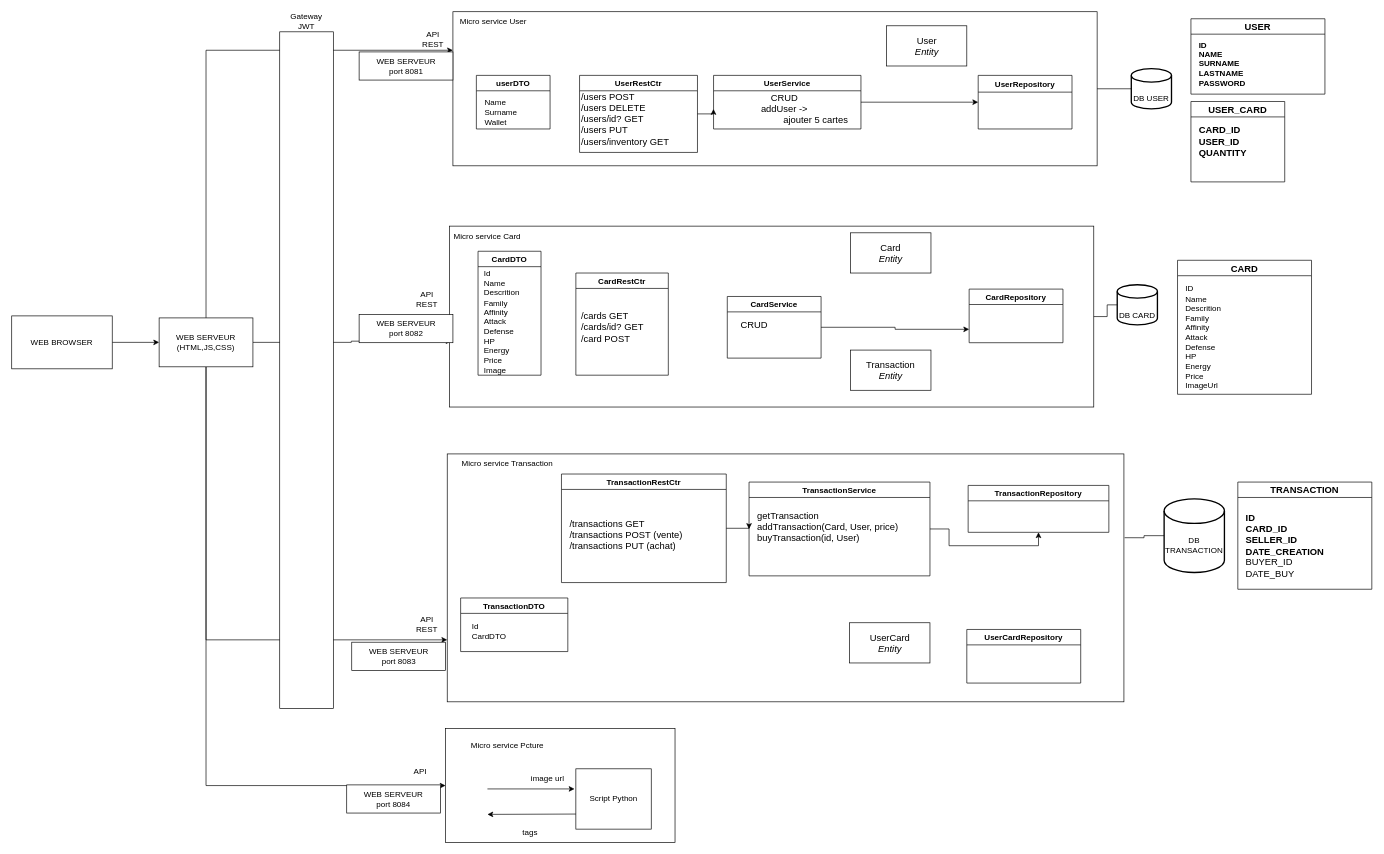
This is Atelier3/atelier3.drawio from GOROVSKY/ASI_CPE, a draw.io file, before an edit. Source tidied: cells renumbered, new cells numbered last; positions are measured from the earlier drawing's top-left corner, leaving out a move shared by most shapes. Both pictures are drawn from the tidied source at 67%, with x=0, y=0 at pixel (11, 11).
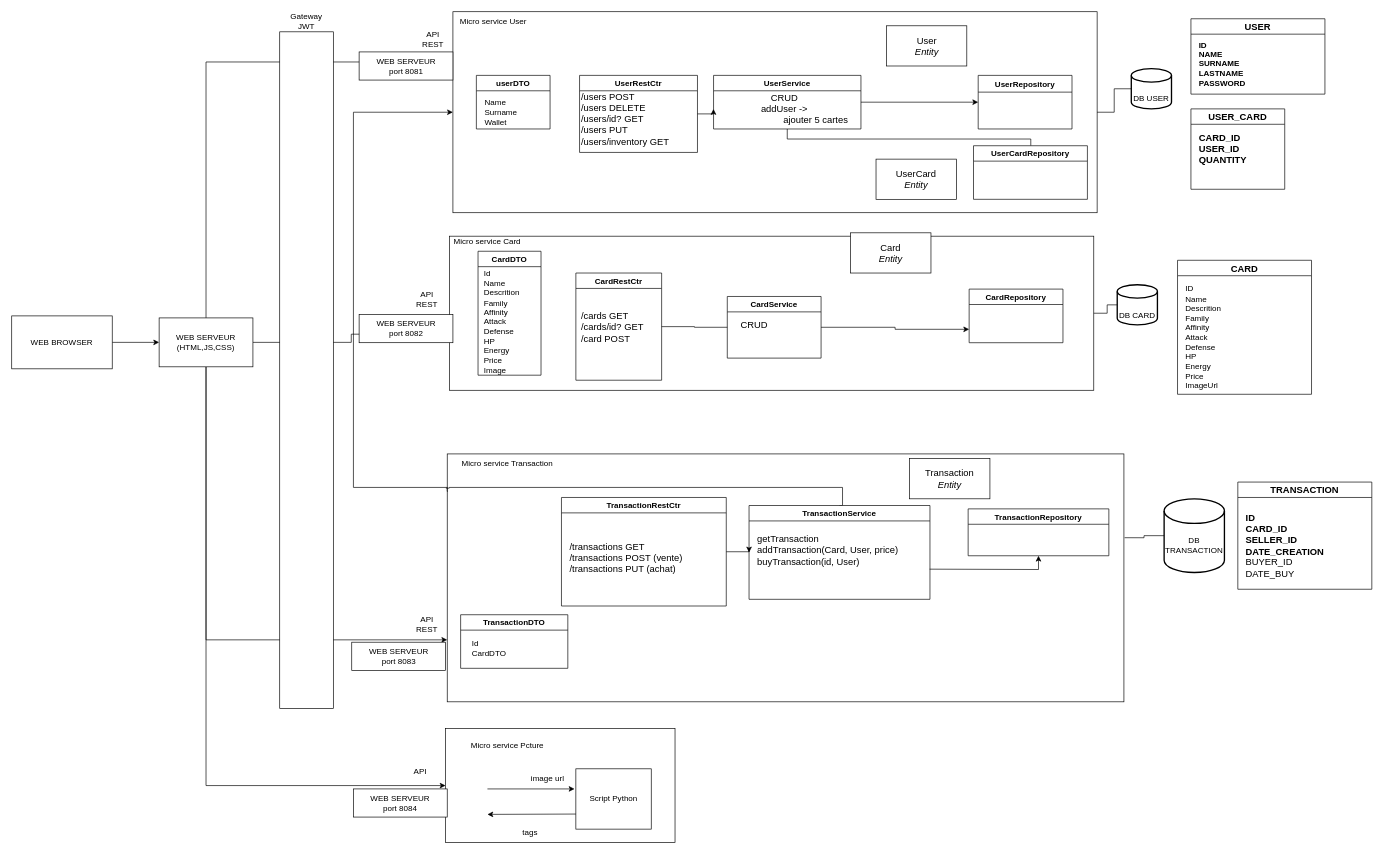
Above is the later version.

The change refers to these unchanged cells:
```xml
<mxCell id="4" style="rounded=0;whiteSpace=wrap;html=1;fillColor=none;" parent="1" vertex="1">
  <mxGeometry x="650" y="660" width="1010" height="370" as="geometry" />
</mxCell>
<mxCell id="21" value="UserService" style="swimlane;" parent="1" vertex="1">
  <mxGeometry x="1047.5" y="95" width="220" height="80" as="geometry" />
</mxCell>
<mxCell id="23" value="CardService" style="swimlane;" parent="1" vertex="1">
  <mxGeometry x="1068" y="425" width="140" height="92" as="geometry" />
</mxCell>
```

What changed in the source:
```diff
@@
+    <mxCell id="15" style="rounded=0;whiteSpace=wrap;html=1;fillColor=none;" parent="1" vertex="1">
+      <mxGeometry x="653.5" y="335" width="961.5" height="230" as="geometry" />
+    </mxCell>
     <mxCell id="2" style="rounded=0;whiteSpace=wrap;html=1;fillColor=none;" parent="1" vertex="1">
-      <mxGeometry x="658.5" width="961.5" height="230" as="geometry" />
+      <mxGeometry x="658.5" width="961.5" height="300" as="geometry" />
     </mxCell>
@@
+    <mxCell id="77" style="edgeStyle=orthogonalEdgeStyle;rounded=0;jettySize=auto;html=1;entryX=0;entryY=0.5;entryDx=0;entryDy=0;startArrow=none;startFill=0;endArrow=classic;endFill=1;exitX=0.001;exitY=0.151;exitDx=0;exitDy=0;exitPerimeter=0;" parent="1" edge="1" source="4" target="2">
+      <mxGeometry relative="1" as="geometry">
+        <Array as="points">
+          <mxPoint x="650" y="710" />
+          <mxPoint x="510" y="710" />
+          <mxPoint x="510" y="150" />
+        </Array>
+      </mxGeometry>
+    </mxCell>
@@
+    <mxCell id="78" style="edgeStyle=orthogonalEdgeStyle;rounded=0;jettySize=auto;html=1;startArrow=none;startFill=0;endArrow=none;endFill=0;" parent="1" edge="1" source="13" target="23">
+      <mxGeometry relative="1" as="geometry" />
+    </mxCell>
     <mxCell id="13" value="CardRestCtr" style="swimlane;" parent="1" vertex="1">
-      <mxGeometry x="842" y="390" width="138" height="152.5" as="geometry" />
+      <mxGeometry x="842" y="390" width="128" height="160" as="geometry" />
     </mxCell>
@@
-    <mxCell id="15" style="rounded=0;whiteSpace=wrap;html=1;fillColor=none;" parent="13" vertex="1">
-      <mxGeometry x="-188.5" y="-70" width="961.5" height="270" as="geometry" />
-    </mxCell>
-    <mxCell id="16" value="Micro service Card" style="text;html=1;strokeColor=none;fillColor=none;align=center;verticalAlign=middle;whiteSpace=wrap;rounded=0;" parent="13" vertex="1">
-      <mxGeometry x="-192" y="-70" width="120" height="30" as="geometry" />
-    </mxCell>
@@
+    <mxCell id="79" style="edgeStyle=orthogonalEdgeStyle;rounded=0;jettySize=auto;html=1;startArrow=none;startFill=0;endArrow=none;endFill=0;" parent="1" edge="1" source="21" target="44">
+      <mxGeometry relative="1" as="geometry">
+        <Array as="points">
+          <mxPoint x="1158" y="190" />
+          <mxPoint x="1521" y="190" />
+        </Array>
+      </mxGeometry>
+    </mxCell>
@@
+    <mxCell id="80" style="edgeStyle=orthogonalEdgeStyle;rounded=0;jettySize=auto;html=1;entryX=-0.002;entryY=0.138;entryDx=0;entryDy=0;entryPerimeter=0;startArrow=none;startFill=0;endArrow=none;endFill=0;exitX=0.5;exitY=0;exitDx=0;exitDy=0;" parent="1" edge="1" source="28" target="4">
+      <mxGeometry relative="1" as="geometry">
+        <Array as="points">
+          <mxPoint x="1240" y="737" />
+          <mxPoint x="1240" y="710" />
+          <mxPoint x="653" y="710" />
+          <mxPoint x="653" y="711" />
+        </Array>
+      </mxGeometry>
+    </mxCell>
     <mxCell id="28" value="TransactionService" style="swimlane;" parent="1" vertex="1">
-      <mxGeometry x="1100.5" y="702" width="270" height="140" as="geometry" />
+      <mxGeometry x="1100.5" y="737" width="270" height="140" as="geometry" />
     </mxCell>
@@
     <mxCell id="32" value="USER_CARD" style="swimlane;fontSize=14;fillColor=default;" parent="1" vertex="1">
-      <mxGeometry x="1760" y="134" width="140" height="120" as="geometry" />
+      <mxGeometry x="1760" y="145" width="140" height="120" as="geometry" />
     </mxCell>
@@
     <mxCell id="34" value="TransactionRepository" style="swimlane;" parent="1" vertex="1">
-      <mxGeometry x="1427.5" y="707" width="210" height="70" as="geometry" />
+      <mxGeometry x="1427.5" y="742" width="210" height="70" as="geometry" />
     </mxCell>
     <mxCell id="35" value="TransactionRestCtr" style="swimlane;" parent="1" vertex="1">
-      <mxGeometry x="820.5" y="690" width="246" height="162" as="geometry" />
+      <mxGeometry x="820.5" y="725" width="246" height="162" as="geometry" />
     </mxCell>
@@
-    <mxCell id="38" style="edgeStyle=orthogonalEdgeStyle;rounded=0;jettySize=auto;html=1;entryX=0.5;entryY=1;entryDx=0;entryDy=0;fontSize=14;exitX=1;exitY=0.5;exitDx=0;exitDy=0;" parent="1" edge="1" source="28" target="34">
-      <mxGeometry relative="1" as="geometry" />
+    <mxCell id="38" style="edgeStyle=orthogonalEdgeStyle;rounded=0;jettySize=auto;html=1;entryX=0.5;entryY=1;entryDx=0;entryDy=0;fontSize=14;" parent="1" edge="1" target="34">
+      <mxGeometry relative="1" as="geometry">
+        <mxPoint x="1370" y="832" as="sourcePoint" />
+      </mxGeometry>
     </mxCell>
     <mxCell id="39" value="&lt;div&gt;Transaction&lt;/div&gt;&lt;div&gt;&lt;i&gt;Entity&lt;/i&gt;&lt;br&gt;&lt;/div&gt;" style="rounded=0;whiteSpace=wrap;html=1;fontSize=14;fillColor=default;" parent="1" vertex="1">
-      <mxGeometry x="1252" y="505" width="120" height="60" as="geometry" />
+      <mxGeometry x="1340" y="667" width="120" height="60" as="geometry" />
     </mxCell>
@@
-    <mxCell id="44" value="UserCardRepository" style="swimlane;" parent="1" vertex="1">
-      <mxGeometry x="1425.5" y="922" width="170" height="80" as="geometry" />
-    </mxCell>
@@
     <mxCell id="47" value="TransactionDTO" style="swimlane;fillColor=none;" parent="1" vertex="1">
-      <mxGeometry x="670" y="875" width="160" height="80" as="geometry" />
+      <mxGeometry x="670" y="900" width="160" height="80" as="geometry" />
     </mxCell>
@@
-    <mxCell id="49" value="UserCard&lt;div&gt;&lt;i&gt;Entity&lt;/i&gt;&lt;br&gt;&lt;/div&gt;" style="rounded=0;whiteSpace=wrap;html=1;fontSize=14;fillColor=default;" parent="1" vertex="1">
-      <mxGeometry x="1250.5" y="912" width="120" height="60" as="geometry" />
-    </mxCell>
@@
     <mxCell id="74" value="&lt;div&gt;WEB SERVEUR&lt;/div&gt;&lt;div&gt;port 8084&lt;/div&gt;" style="rounded=0;whiteSpace=wrap;html=1;" parent="1" vertex="1">
-      <mxGeometry x="500" y="1154" width="140" height="42" as="geometry" />
+      <mxGeometry x="510" y="1160" width="140" height="42" as="geometry" />
     </mxCell>
@@
+    <mxCell id="44" value="UserCardRepository" style="swimlane;" parent="1" vertex="1">
+      <mxGeometry x="1435.5" y="200" width="170" height="80" as="geometry" />
+    </mxCell>
+    <mxCell id="49" value="UserCard&lt;div&gt;&lt;i&gt;Entity&lt;/i&gt;&lt;br&gt;&lt;/div&gt;" style="rounded=0;whiteSpace=wrap;html=1;fontSize=14;fillColor=default;" parent="1" vertex="1">
+      <mxGeometry x="1290" y="220" width="120" height="60" as="geometry" />
+    </mxCell>
+    <mxCell id="16" value="Micro service Card" style="text;html=1;strokeColor=none;fillColor=none;align=center;verticalAlign=middle;whiteSpace=wrap;rounded=0;" parent="1" vertex="1">
+      <mxGeometry x="650" y="327.5" width="120" height="30" as="geometry" />
+    </mxCell>
```
